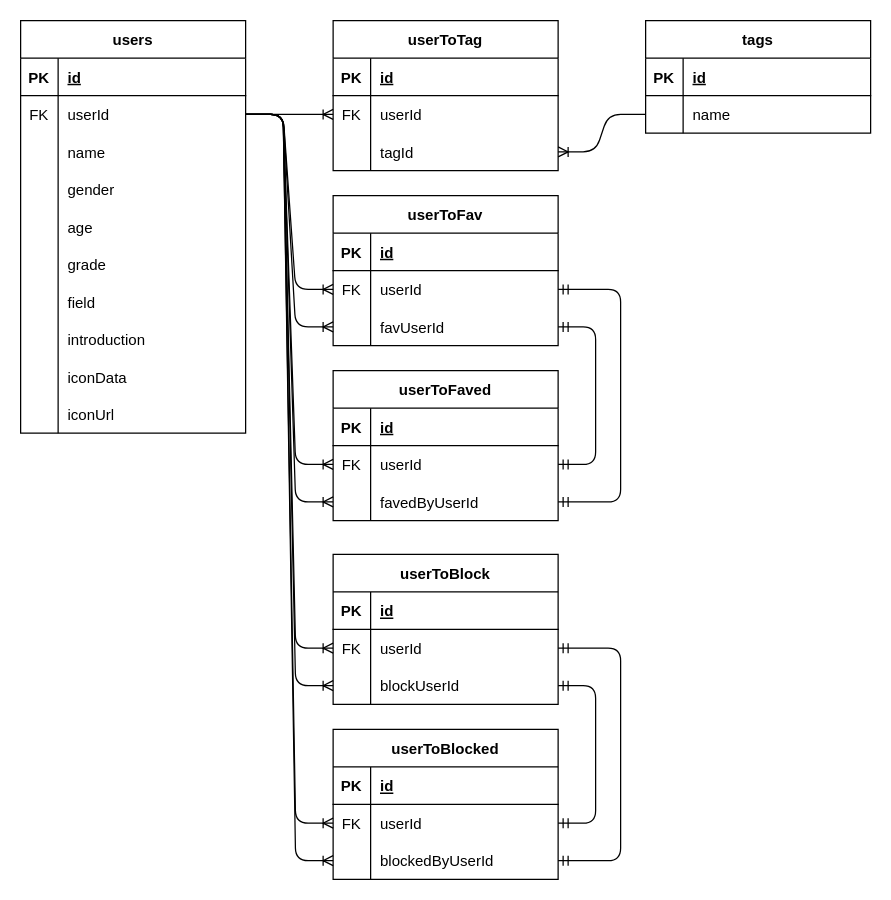
Before: er.dio in tsuki917/swagger-nitechhub, a draw.io diagram. Source tidied: cells renumbered, new cells numbered last; positions are measured from the earlier drawing's top-left corner, leaving out a move shared by most shapes. Both pictures are drawn from the tidied source at 125%, with x=0, y=0 at pixel (20, 20).
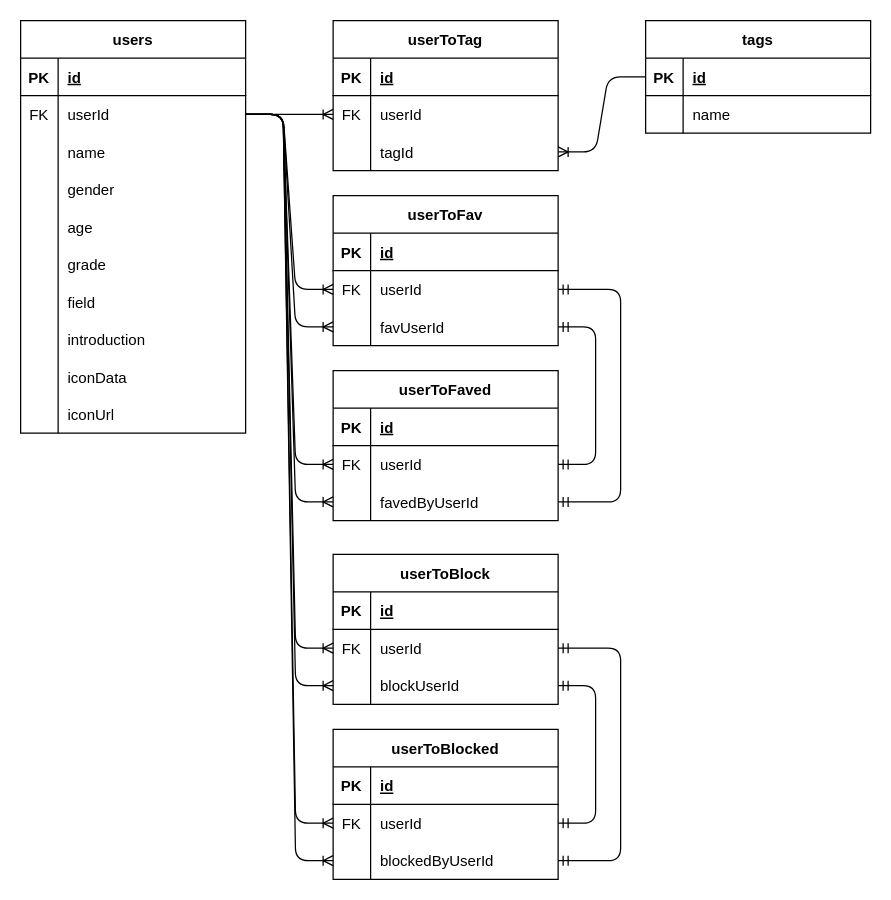
The same page after the edit.

Commit message:
ER図を見やすくしました

Unchanged cells that the change refers to:
```xml
<mxCell id="2" value="tags" style="shape=table;startSize=30;childLayout=tableLayout;rowLines=0;fontStyle=1;align=center;" parent="1" vertex="1">
  <mxGeometry x="500" width="180" height="90" as="geometry" />
</mxCell>
<mxCell id="6" style="shape=tableRow;horizontal=0;startSize=0;swimlaneHead=0;swimlaneBody=0;fillColor=none;points=[[0,0.5],[1,0.5]];portConstraint=eastwest;top=0;left=0;right=0;bottom=0;" parent="2" vertex="1">
  <mxGeometry y="60" width="180" height="30" as="geometry" />
</mxCell>
<mxCell id="87" style="shape=tableRow;horizontal=0;startSize=0;swimlaneHead=0;swimlaneBody=0;fillColor=none;points=[[0,0.5],[1,0.5]];portConstraint=eastwest;top=0;left=0;right=0;bottom=0;" parent="80" vertex="1">
  <mxGeometry y="90" width="180" height="30" as="geometry" />
</mxCell>
```

What changed in the source:
```diff
@@
-    <mxCell id="95" style="edgeStyle=entityRelationEdgeStyle;fontSize=12;html=1;endArrow=ERoneToMany;exitX=0;exitY=0.5;exitDx=0;exitDy=0;entryX=1;entryY=0.5;entryDx=0;entryDy=0;" parent="1" edge="1" source="6" target="87">
+    <mxCell id="95" style="edgeStyle=entityRelationEdgeStyle;fontSize=12;html=1;endArrow=ERoneToMany;exitX=0;exitY=0.5;exitDx=0;exitDy=0;entryX=1;entryY=0.5;entryDx=0;entryDy=0;" parent="1" edge="1" source="2" target="87">
       <mxGeometry relative="1" as="geometry" />
     </mxCell>
```
